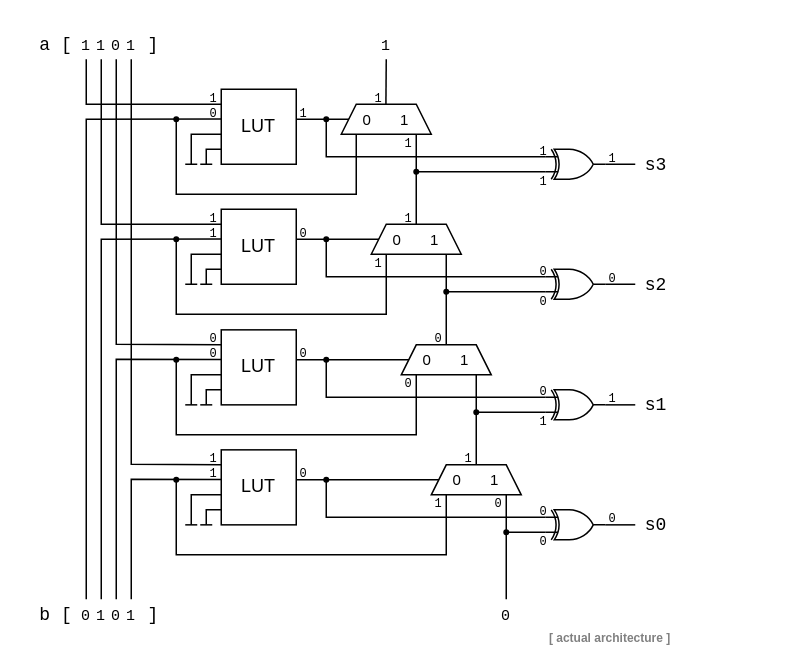
Before: doc/md/img/clb-look-ahead-carry-example.drawio in mnemocron/my-discrete-fpga, a draw.io diagram. Source tidied: cells renumbered, new cells numbered last; positions are measured from the earlier drawing's top-left corner, leaving out a move shared by most shapes. Both pictures are drawn from the tidied source at 150%, with x=0, y=0 at pixel (26, 28).
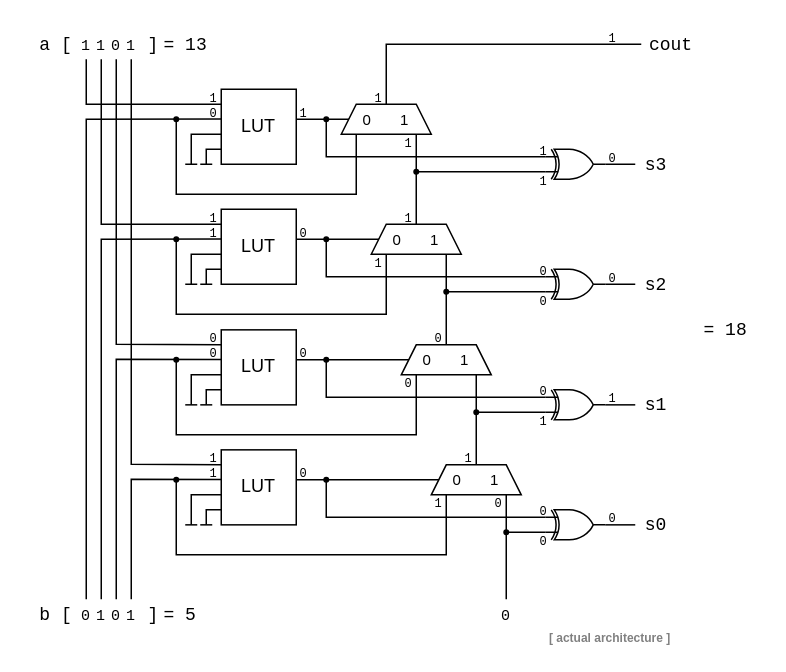
After the change.

Unchanged cells that the change refers to:
```xml
<mxCell id="15" value="&lt;font style=&quot;font-size: 10px;&quot;&gt;0&amp;nbsp; &amp;nbsp; &amp;nbsp; &amp;nbsp;1&lt;/font&gt;" style="shape=trapezoid;perimeter=trapezoidPerimeter;whiteSpace=wrap;html=1;fixedSize=1;size=10;" parent="1" vertex="1">
  <mxGeometry x="210" y="50" width="60" height="20" as="geometry" />
</mxCell>
```

Diff of the diagram source:
```diff
@@
-    <mxCell id="2" style="endArrow=none;html=1;rounded=0;fontSize=10;" parent="1" edge="1">
-      <mxGeometry relative="1" as="geometry">
-        <mxPoint x="239.7" y="60" as="sourcePoint" />
-        <mxPoint x="240" y="20" as="targetPoint" />
-      </mxGeometry>
-    </mxCell>
@@
-    <mxCell id="97" value="&lt;font style=&quot;font-size: 8px;&quot; face=&quot;Courier New&quot;&gt;1&lt;/font&gt;" style="text;html=1;strokeColor=none;fillColor=none;align=center;verticalAlign=middle;whiteSpace=wrap;rounded=0;" parent="1" vertex="1">
+    <mxCell id="97" value="&lt;font style=&quot;font-size: 8px;&quot; face=&quot;Courier New&quot;&gt;0&lt;/font&gt;" style="text;html=1;strokeColor=none;fillColor=none;align=center;verticalAlign=middle;whiteSpace=wrap;rounded=0;" parent="1" vertex="1">
       <mxGeometry x="386" y="80" width="10" height="10" as="geometry" />
     </mxCell>
@@
-    <mxCell id="101" value="&lt;font style=&quot;font-size: 10px;&quot; face=&quot;Courier New&quot;&gt;1&lt;/font&gt;" style="text;html=1;strokeColor=none;fillColor=none;align=center;verticalAlign=middle;whiteSpace=wrap;rounded=0;" parent="1" vertex="1">
-      <mxGeometry x="230" width="20" height="20" as="geometry" />
-    </mxCell>
@@
+    <mxCell id="107" value="&lt;font face=&quot;Courier New&quot;&gt;= 5&lt;/font&gt;" style="text;html=1;strokeColor=none;fillColor=none;align=left;verticalAlign=middle;whiteSpace=wrap;rounded=0;" parent="1" vertex="1">
+      <mxGeometry x="90" y="380" width="40" height="20" as="geometry" />
+    </mxCell>
+    <mxCell id="108" value="&lt;font face=&quot;Courier New&quot;&gt;= 13&lt;/font&gt;" style="text;html=1;strokeColor=none;fillColor=none;align=left;verticalAlign=middle;whiteSpace=wrap;rounded=0;" parent="1" vertex="1">
+      <mxGeometry x="90" width="40" height="20" as="geometry" />
+    </mxCell>
+    <mxCell id="109" value="&lt;font face=&quot;Courier New&quot;&gt;= 18&lt;/font&gt;" style="text;html=1;strokeColor=none;fillColor=none;align=left;verticalAlign=middle;whiteSpace=wrap;rounded=0;" parent="1" vertex="1">
+      <mxGeometry x="450" y="190" width="40" height="20" as="geometry" />
+    </mxCell>
+    <mxCell id="110" value="&lt;font face=&quot;Courier New&quot;&gt;cout&lt;/font&gt;" style="text;html=1;strokeColor=none;fillColor=none;align=center;verticalAlign=middle;whiteSpace=wrap;rounded=0;" parent="1" vertex="1">
+      <mxGeometry x="410" width="40" height="20" as="geometry" />
+    </mxCell>
+    <mxCell id="111" style="endArrow=none;html=1;rounded=0;fontSize=10;entryX=0.5;entryY=0;entryDx=0;entryDy=0;exitX=0;exitY=0.5;exitDx=0;exitDy=0;" parent="1" edge="1" source="110" target="15">
+      <mxGeometry relative="1" as="geometry">
+        <Array as="points">
+          <mxPoint x="240" y="10" />
+        </Array>
+      </mxGeometry>
+    </mxCell>
+    <mxCell id="101" value="&lt;font style=&quot;font-size: 8px;&quot; face=&quot;Courier New&quot;&gt;1&lt;/font&gt;" style="text;html=1;strokeColor=none;fillColor=none;align=center;verticalAlign=middle;whiteSpace=wrap;rounded=0;" parent="1" vertex="1">
+      <mxGeometry x="386" width="10" height="10" as="geometry" />
+    </mxCell>
```
